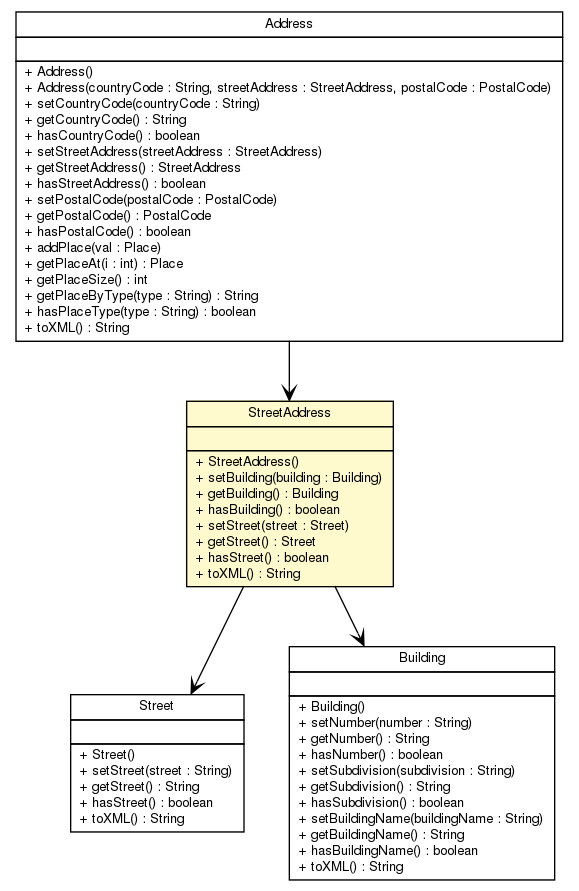
Earlier version of the Graphviz export apidocs/nl/geozet/openls/databinding/openls/StreetAddress.png (geozet/openls-databinding). Its source is kept beside it as apidocs/nl/geozet/openls/databinding/openls/StreetAddress.dot.
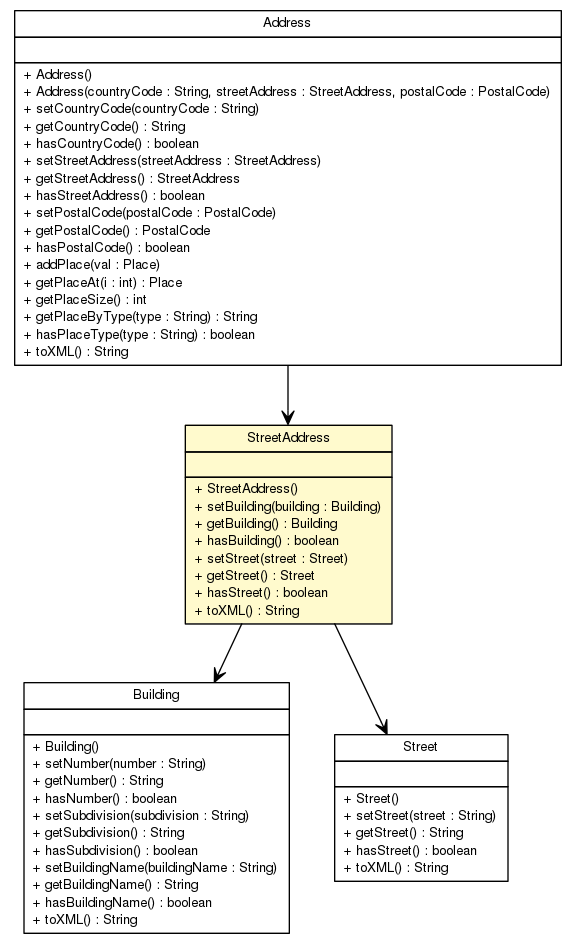
After the change.

Diff of the diagram source:
```diff
@@ -4,40 +4,7 @@
 	node [fontname="Helvetica",fontsize=10,shape=plaintext];
 	nodesep=0.25;
 	ranksep=0.5;
-	c352 [label=<<table title="nl.geozet.openls.databinding.openls.StreetAddress" border="0" cellborder="1" cellspacing="0" cellpadding="2" port="p" bgcolor="lemonChiffon" href="./StreetAddress.html">
-		<tr><td><table border="0" cellspacing="0" cellpadding="1">
-<tr><td align="center" balign="center"> StreetAddress </td></tr>
-		</table></td></tr>
-		<tr><td><table border="0" cellspacing="0" cellpadding="1">
-<tr><td align="left" balign="left">  </td></tr>
-		</table></td></tr>
-		<tr><td><table border="0" cellspacing="0" cellpadding="1">
-<tr><td align="left" balign="left"> + StreetAddress() </td></tr>
-<tr><td align="left" balign="left"> + setBuilding(building : Building) </td></tr>
-<tr><td align="left" balign="left"> + getBuilding() : Building </td></tr>
-<tr><td align="left" balign="left"> + hasBuilding() : boolean </td></tr>
-<tr><td align="left" balign="left"> + setStreet(street : Street) </td></tr>
-<tr><td align="left" balign="left"> + getStreet() : Street </td></tr>
-<tr><td align="left" balign="left"> + hasStreet() : boolean </td></tr>
-<tr><td align="left" balign="left"> + toXML() : String </td></tr>
-		</table></td></tr>
-		</table>>, URL="./StreetAddress.html", fontname="Helvetica", fontcolor="black", fontsize=10.0];
-	c353 [label=<<table title="nl.geozet.openls.databinding.openls.Street" border="0" cellborder="1" cellspacing="0" cellpadding="2" port="p" href="./Street.html">
-		<tr><td><table border="0" cellspacing="0" cellpadding="1">
-<tr><td align="center" balign="center"> Street </td></tr>
-		</table></td></tr>
-		<tr><td><table border="0" cellspacing="0" cellpadding="1">
-<tr><td align="left" balign="left">  </td></tr>
-		</table></td></tr>
-		<tr><td><table border="0" cellspacing="0" cellpadding="1">
-<tr><td align="left" balign="left"> + Street() </td></tr>
-<tr><td align="left" balign="left"> + setStreet(street : String) </td></tr>
-<tr><td align="left" balign="left"> + getStreet() : String </td></tr>
-<tr><td align="left" balign="left"> + hasStreet() : boolean </td></tr>
-<tr><td align="left" balign="left"> + toXML() : String </td></tr>
-		</table></td></tr>
-		</table>>, URL="./Street.html", fontname="Helvetica", fontcolor="black", fontsize=10.0];
-	c361 [label=<<table title="nl.geozet.openls.databinding.openls.Building" border="0" cellborder="1" cellspacing="0" cellpadding="2" port="p" href="./Building.html">
+	c356 [label=<<table title="nl.geozet.openls.databinding.openls.Building" border="0" cellborder="1" cellspacing="0" cellpadding="2" port="p" href="./Building.html">
 		<tr><td><table border="0" cellspacing="0" cellpadding="1">
 <tr><td align="center" balign="center"> Building </td></tr>
 		</table></td></tr>
@@ -58,7 +25,25 @@
 <tr><td align="left" balign="left"> + toXML() : String </td></tr>
 		</table></td></tr>
 		</table>>, URL="./Building.html", fontname="Helvetica", fontcolor="black", fontsize=10.0];
-	c362 [label=<<table title="nl.geozet.openls.databinding.openls.Address" border="0" cellborder="1" cellspacing="0" cellpadding="2" port="p" href="./Address.html">
+	c357 [label=<<table title="nl.geozet.openls.databinding.openls.StreetAddress" border="0" cellborder="1" cellspacing="0" cellpadding="2" port="p" bgcolor="lemonChiffon" href="./StreetAddress.html">
+		<tr><td><table border="0" cellspacing="0" cellpadding="1">
+<tr><td align="center" balign="center"> StreetAddress </td></tr>
+		</table></td></tr>
+		<tr><td><table border="0" cellspacing="0" cellpadding="1">
+<tr><td align="left" balign="left">  </td></tr>
+		</table></td></tr>
+		<tr><td><table border="0" cellspacing="0" cellpadding="1">
+<tr><td align="left" balign="left"> + StreetAddress() </td></tr>
+<tr><td align="left" balign="left"> + setBuilding(building : Building) </td></tr>
+<tr><td align="left" balign="left"> + getBuilding() : Building </td></tr>
+<tr><td align="left" balign="left"> + hasBuilding() : boolean </td></tr>
+<tr><td align="left" balign="left"> + setStreet(street : Street) </td></tr>
+<tr><td align="left" balign="left"> + getStreet() : Street </td></tr>
+<tr><td align="left" balign="left"> + hasStreet() : boolean </td></tr>
+<tr><td align="left" balign="left"> + toXML() : String </td></tr>
+		</table></td></tr>
+		</table>>, URL="./StreetAddress.html", fontname="Helvetica", fontcolor="black", fontsize=10.0];
+	c361 [label=<<table title="nl.geozet.openls.databinding.openls.Address" border="0" cellborder="1" cellspacing="0" cellpadding="2" port="p" href="./Address.html">
 		<tr><td><table border="0" cellspacing="0" cellpadding="1">
 <tr><td align="center" balign="center"> Address </td></tr>
 		</table></td></tr>
@@ -85,7 +70,22 @@
 <tr><td align="left" balign="left"> + toXML() : String </td></tr>
 		</table></td></tr>
 		</table>>, URL="./Address.html", fontname="Helvetica", fontcolor="black", fontsize=10.0];
-	c352:p -> c361:p [taillabel="", label="", headlabel="", fontname="Helvetica", fontcolor="black", fontsize=10.0, color="black", arrowhead=open];
-	c352:p -> c353:p [taillabel="", label="", headlabel="", fontname="Helvetica", fontcolor="black", fontsize=10.0, color="black", arrowhead=open];
-	c362:p -> c352:p [taillabel="", label="", headlabel="", fontname="Helvetica", fontcolor="black", fontsize=10.0, color="black", arrowhead=open];
+	c364 [label=<<table title="nl.geozet.openls.databinding.openls.Street" border="0" cellborder="1" cellspacing="0" cellpadding="2" port="p" href="./Street.html">
+		<tr><td><table border="0" cellspacing="0" cellpadding="1">
+<tr><td align="center" balign="center"> Street </td></tr>
+		</table></td></tr>
+		<tr><td><table border="0" cellspacing="0" cellpadding="1">
+<tr><td align="left" balign="left">  </td></tr>
+		</table></td></tr>
+		<tr><td><table border="0" cellspacing="0" cellpadding="1">
+<tr><td align="left" balign="left"> + Street() </td></tr>
+<tr><td align="left" balign="left"> + setStreet(street : String) </td></tr>
+<tr><td align="left" balign="left"> + getStreet() : String </td></tr>
+<tr><td align="left" balign="left"> + hasStreet() : boolean </td></tr>
+<tr><td align="left" balign="left"> + toXML() : String </td></tr>
+		</table></td></tr>
+		</table>>, URL="./Street.html", fontname="Helvetica", fontcolor="black", fontsize=10.0];
+	c357:p -> c356:p [taillabel="", label="", headlabel="", fontname="Helvetica", fontcolor="black", fontsize=10.0, color="black", arrowhead=open];
+	c357:p -> c364:p [taillabel="", label="", headlabel="", fontname="Helvetica", fontcolor="black", fontsize=10.0, color="black", arrowhead=open];
+	c361:p -> c357:p [taillabel="", label="", headlabel="", fontname="Helvetica", fontcolor="black", fontsize=10.0, color="black", arrowhead=open];
 }
```
